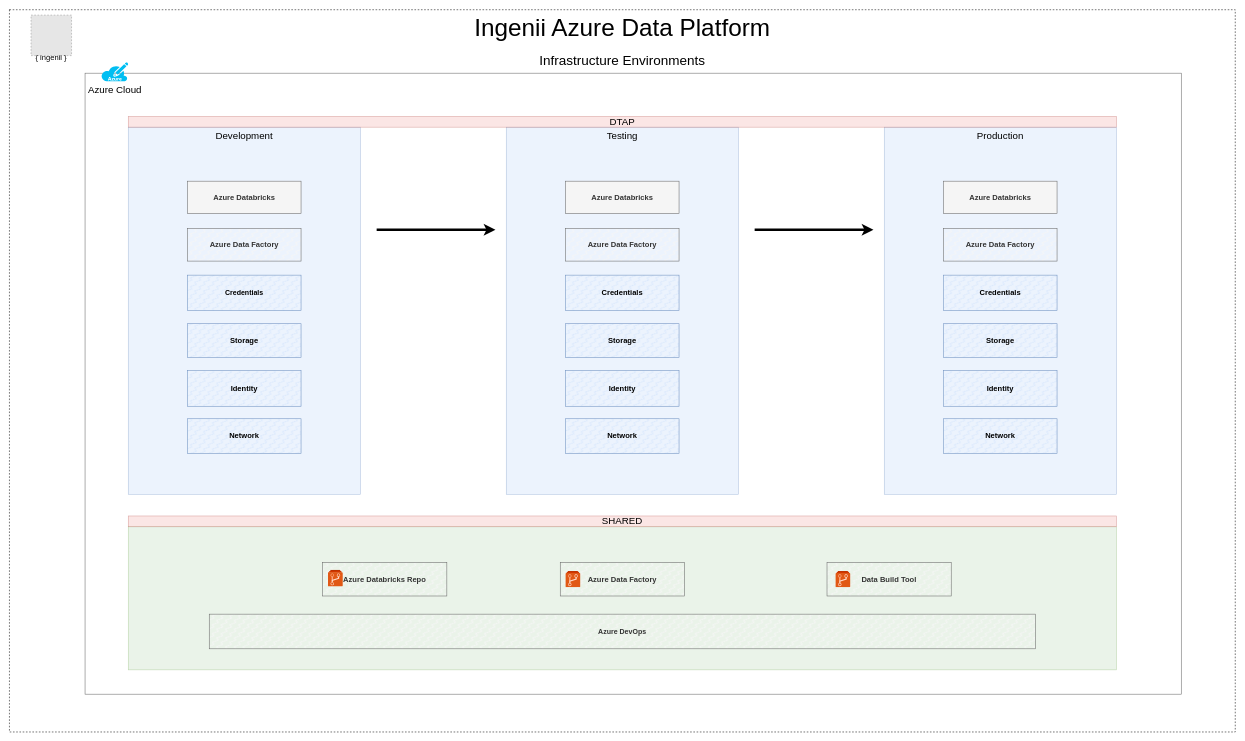
This is docs/assets/adp-design-infra-environments.drawio from rising-star92/python-azure-data-paltform, a draw.io file, before an edit. Source tidied: cells renumbered, new cells numbered last; positions are measured from the earlier drawing's top-left corner, leaving out a move shared by most shapes. Both pictures are drawn from the tidied source at 54%, with x=0, y=0 at pixel (9, 9). Pictures stored in the file or linked from it are replaced by grey dashed boxes.
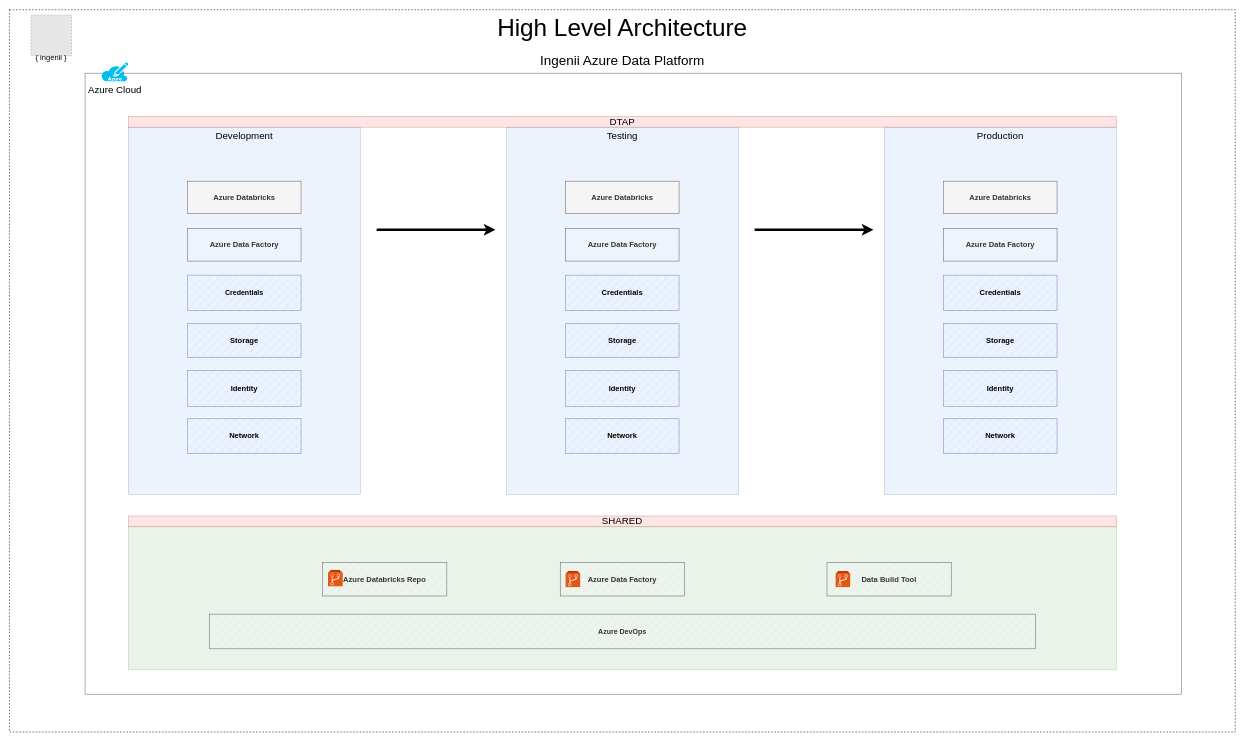
Above is the later version.

Change to the diagram source:
```diff
@@
-    <mxCell id="2" value="&lt;span&gt;Ingenii Azure Data Platform&lt;/span&gt;&lt;br&gt;&lt;font style=&quot;font-size: 25px&quot;&gt;Infrastructure Environments&lt;/font&gt;" style="rounded=0;whiteSpace=wrap;html=1;dashed=1;labelBackgroundColor=none;sketch=0;fontSize=45;align=center;verticalAlign=top;" parent="1" vertex="1">
+    <mxCell id="2" value="High Level Architecture&lt;br&gt;&lt;font style=&quot;font-size: 25px&quot;&gt;Ingenii Azure Data Platform&lt;/font&gt;" style="rounded=0;whiteSpace=wrap;html=1;dashed=1;labelBackgroundColor=none;sketch=0;fontSize=45;align=center;verticalAlign=top;" parent="1" vertex="1">
       <mxGeometry y="0.5" width="2270" height="1337.5" as="geometry" />
     </mxCell>
```
